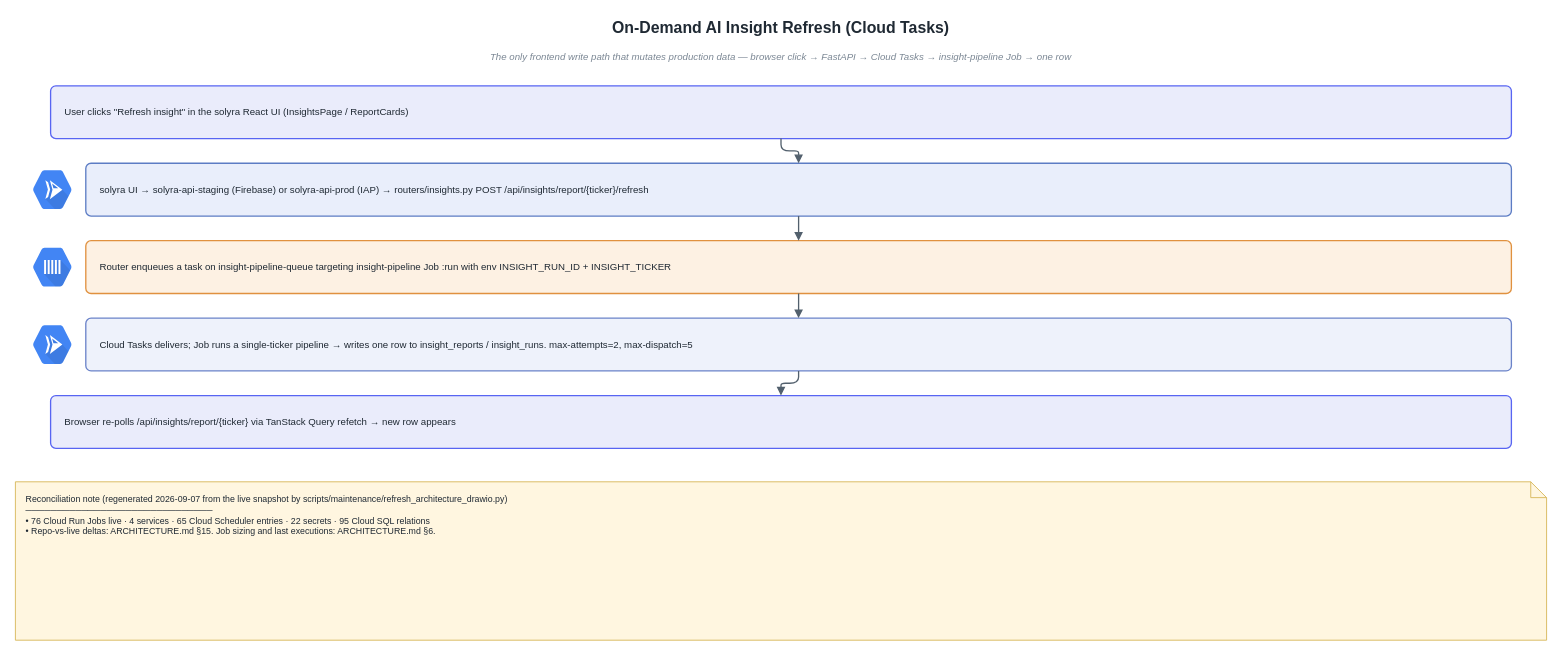
Before: page "4 · Insight Refresh" (5 of 9) of Architecture-icons.drawio in TeneikaAskew/stocks, a draw.io diagram. Source tidied: cells renumbered, new cells numbered last; positions are measured from the earlier drawing's top-left corner, leaving out a move shared by most shapes. Both pictures are drawn from the tidied source at 88%, with x=0, y=0 at pixel (15, 15).
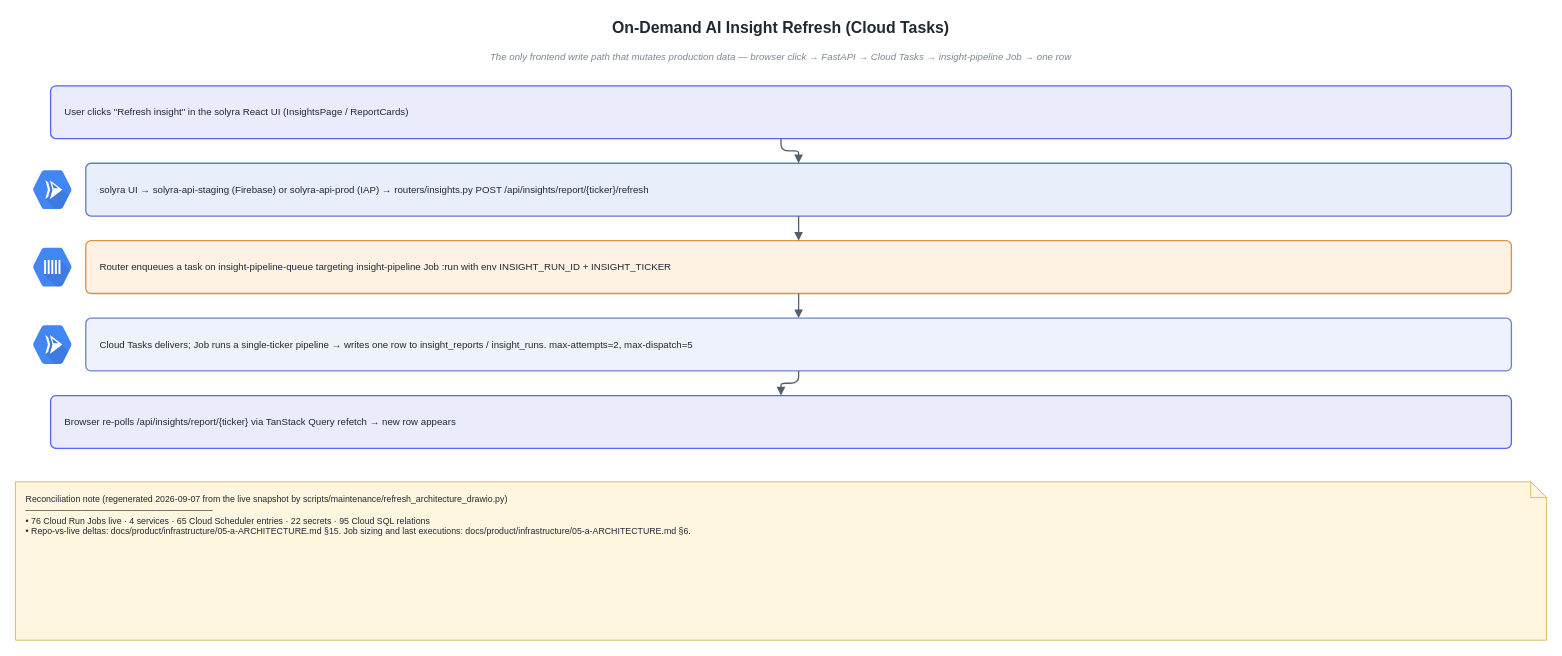
The same page after the edit.

The edit, as a diff of the source:
```diff
@@
 <mxGraphModel>
   <root>
     <mxCell id="0" />
     <mxCell id="1" parent="0" />
     <mxCell id="2" value="On-Demand AI Insight Refresh  (Cloud Tasks)" style="text;html=1;strokeColor=none;fillColor=none;align=center;verticalAlign=middle;whiteSpace=wrap;rounded=0;fontSize=18;fontStyle=1;fontColor=#1f2933;" parent="1" vertex="1">
       <mxGeometry width="1740" height="30" as="geometry" />
     </mxCell>
     <mxCell id="3" value="The only frontend write path that mutates production data — browser click → FastAPI → Cloud Tasks → insight-pipeline Job → one row" style="text;html=1;strokeColor=none;fillColor=none;align=center;verticalAlign=middle;whiteSpace=wrap;rounded=0;fontSize=11;fontStyle=2;fontColor=#7b8794;" parent="1" vertex="1">
       <mxGeometry y="30" width="1740" height="34" as="geometry" />
     </mxCell>
     <mxCell id="4" value="User clicks &quot;Refresh insight&quot; in the solyra React UI (InsightsPage / ReportCards)" style="rounded=1;arcSize=10;whiteSpace=wrap;html=1;fillColor=#eaecfb;strokeColor=#5865F2;strokeWidth=1.5;fontSize=11;fontColor=#1f2933;align=left;verticalAlign=middle;spacingLeft=14;" parent="1" vertex="1">
       <mxGeometry x="40" y="80" width="1660" height="60" as="geometry" />
     </mxCell>
     <mxCell id="5" style="sketch=0;html=1;strokeColor=none;shadow=0;fillColor=#4285F4;verticalLabelPosition=bottom;verticalAlign=top;labelPosition=center;align=center;fontSize=10;fontColor=#1f2933;shape=mxgraph.gcp2.cloud_run;" parent="1" vertex="1">
       <mxGeometry x="20" y="176" width="44" height="44" as="geometry" />
     </mxCell>
     <mxCell id="6" value="solyra UI → solyra-api-staging (Firebase) or solyra-api-prod (IAP) → routers/insights.py  POST /api/insights/report/{ticker}/refresh" style="rounded=1;arcSize=10;whiteSpace=wrap;html=1;fillColor=#e9eefb;strokeColor=#5c7cc4;strokeWidth=1.5;fontSize=11;fontColor=#1f2933;align=left;verticalAlign=middle;spacingLeft=14;" parent="1" vertex="1">
       <mxGeometry x="80" y="168" width="1620" height="60" as="geometry" />
     </mxCell>
     <mxCell id="7" style="edgeStyle=orthogonalEdgeStyle;rounded=1;html=1;dashed=0;endArrow=block;endFill=1;strokeColor=#52606d;strokeWidth=1.5;fontSize=9;fontColor=#52606d;labelBackgroundColor=#ffffff;" parent="1" edge="1" source="4" target="6">
       <mxGeometry relative="1" as="geometry" />
     </mxCell>
     <mxCell id="8" style="sketch=0;html=1;strokeColor=none;shadow=0;fillColor=#4285F4;verticalLabelPosition=bottom;verticalAlign=top;labelPosition=center;align=center;fontSize=10;fontColor=#1f2933;shape=mxgraph.gcp2.cloud_tasks;" parent="1" vertex="1">
       <mxGeometry x="20" y="264" width="44" height="44" as="geometry" />
     </mxCell>
     <mxCell id="9" value="Router enqueues a task on insight-pipeline-queue targeting insight-pipeline Job :run with env INSIGHT_RUN_ID + INSIGHT_TICKER" style="rounded=1;arcSize=10;whiteSpace=wrap;html=1;fillColor=#fdf1e3;strokeColor=#e0913f;strokeWidth=1.5;fontSize=11;fontColor=#1f2933;align=left;verticalAlign=middle;spacingLeft=14;" parent="1" vertex="1">
       <mxGeometry x="80" y="256" width="1620" height="60" as="geometry" />
     </mxCell>
     <mxCell id="10" style="edgeStyle=orthogonalEdgeStyle;rounded=1;html=1;dashed=0;endArrow=block;endFill=1;strokeColor=#52606d;strokeWidth=1.5;fontSize=9;fontColor=#52606d;labelBackgroundColor=#ffffff;" parent="1" edge="1" source="6" target="9">
       <mxGeometry relative="1" as="geometry" />
     </mxCell>
     <mxCell id="11" style="sketch=0;html=1;strokeColor=none;shadow=0;fillColor=#4285F4;verticalLabelPosition=bottom;verticalAlign=top;labelPosition=center;align=center;fontSize=10;fontColor=#1f2933;shape=mxgraph.gcp2.cloud_run;" parent="1" vertex="1">
       <mxGeometry x="20" y="352" width="44" height="44" as="geometry" />
     </mxCell>
     <mxCell id="12" value="Cloud Tasks delivers; Job runs a single-ticker pipeline → writes one row to insight_reports / insight_runs. max-attempts=2, max-dispatch=5" style="rounded=1;arcSize=10;whiteSpace=wrap;html=1;fillColor=#eef2fb;strokeColor=#6b83c9;strokeWidth=1.5;fontSize=11;fontColor=#1f2933;align=left;verticalAlign=middle;spacingLeft=14;" parent="1" vertex="1">
       <mxGeometry x="80" y="344" width="1620" height="60" as="geometry" />
     </mxCell>
     <mxCell id="13" style="edgeStyle=orthogonalEdgeStyle;rounded=1;html=1;dashed=0;endArrow=block;endFill=1;strokeColor=#52606d;strokeWidth=1.5;fontSize=9;fontColor=#52606d;labelBackgroundColor=#ffffff;" parent="1" edge="1" source="9" target="12">
       <mxGeometry relative="1" as="geometry" />
     </mxCell>
     <mxCell id="14" value="Browser re-polls /api/insights/report/{ticker} via TanStack Query refetch → new row appears" style="rounded=1;arcSize=10;whiteSpace=wrap;html=1;fillColor=#eaecfb;strokeColor=#5865F2;strokeWidth=1.5;fontSize=11;fontColor=#1f2933;align=left;verticalAlign=middle;spacingLeft=14;" parent="1" vertex="1">
       <mxGeometry x="40" y="432" width="1660" height="60" as="geometry" />
     </mxCell>
     <mxCell id="15" style="edgeStyle=orthogonalEdgeStyle;rounded=1;html=1;dashed=0;endArrow=block;endFill=1;strokeColor=#52606d;strokeWidth=1.5;fontSize=9;fontColor=#52606d;labelBackgroundColor=#ffffff;" parent="1" edge="1" source="12" target="14">
       <mxGeometry relative="1" as="geometry" />
     </mxCell>
-    <mxCell id="16" value="Reconciliation note (regenerated 2026-09-07 from the live snapshot by scripts/maintenance/refresh_architecture_drawio.py)&#10;──────────────────────────────&#10;• 76 Cloud Run Jobs live · 4 services · 65 Cloud Scheduler entries · 22 secrets · 95 Cloud SQL relations&#10;• Repo-vs-live deltas: ARCHITECTURE.md §15. Job sizing and last executions: ARCHITECTURE.md §6." style="shape=note;whiteSpace=wrap;html=1;fillColor=#fff6e0;strokeColor=#d6b656;strokeWidth=1;fontSize=10;align=left;verticalAlign=top;spacingLeft=10;spacingTop=8;size=18;fontColor=#1f2933;" parent="1" vertex="1">
+    <mxCell id="16" value="Reconciliation note (regenerated 2026-09-07 from the live snapshot by scripts/maintenance/refresh_architecture_drawio.py)&#10;──────────────────────────────&#10;• 76 Cloud Run Jobs live · 4 services · 65 Cloud Scheduler entries · 22 secrets · 95 Cloud SQL relations&#10;• Repo-vs-live deltas: docs/product/infrastructure/05-a-ARCHITECTURE.md §15. Job sizing and last executions: docs/product/infrastructure/05-a-ARCHITECTURE.md §6." style="shape=note;whiteSpace=wrap;html=1;fillColor=#fff6e0;strokeColor=#d6b656;strokeWidth=1;fontSize=10;align=left;verticalAlign=top;spacingLeft=10;spacingTop=8;size=18;fontColor=#1f2933;" parent="1" vertex="1">
       <mxGeometry y="530" width="1740" height="180" as="geometry" />
     </mxCell>
   </root>
 </mxGraphModel>
```
